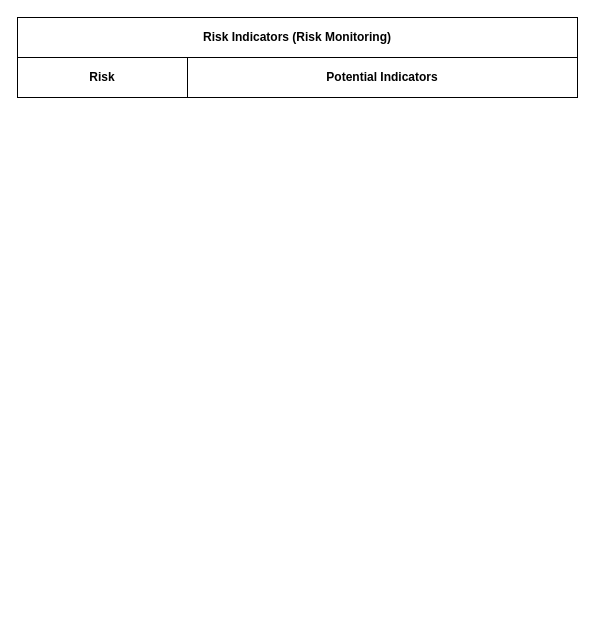
Before: risk_diagrams/indicators_of_risk(risk_monitoring).drawio in Lowkey-Awesome-Developers/Documentation, a draw.io diagram. Source tidied: cells renumbered, new cells numbered last; positions are measured from the earlier drawing's top-left corner, leaving out a move shared by most shapes. Both pictures are drawn from the tidied source at 100%, with x=0, y=0 at pixel (17, 17).
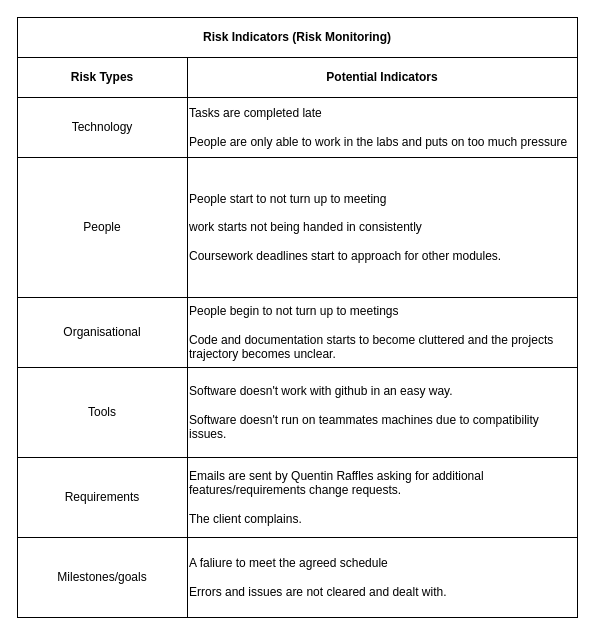
The same diagram, later.

Commit message:
Add risk monitoring table The risk diagrams have been completed. They might need an overlook by other team mates to see if they have any additional suggestions.

Diff of the diagram source:
```diff
@@
 <mxGraphModel>
   <root>
     <mxCell id="0" />
     <mxCell id="1" parent="0" />
     <mxCell id="2" value="&lt;b&gt;Risk Indicators (Risk Monitoring)&lt;/b&gt;" style="rounded=0;whiteSpace=wrap;html=1;" parent="1" vertex="1">
       <mxGeometry width="560" height="40" as="geometry" />
     </mxCell>
-    <mxCell id="3" value="&lt;b&gt;Risk&lt;/b&gt;" style="rounded=0;whiteSpace=wrap;html=1;" parent="1" vertex="1">
+    <mxCell id="3" value="&lt;b&gt;Risk Types&lt;/b&gt;" style="rounded=0;whiteSpace=wrap;html=1;" parent="1" vertex="1">
       <mxGeometry y="40" width="170" height="40" as="geometry" />
     </mxCell>
     <mxCell id="4" value="&lt;b&gt;Potential Indicators&lt;/b&gt;" style="rounded=0;whiteSpace=wrap;html=1;align=center;" parent="1" vertex="1">
       <mxGeometry x="170" y="40" width="390" height="40" as="geometry" />
     </mxCell>
+    <mxCell id="5" value="Technology" style="rounded=0;whiteSpace=wrap;html=1;" parent="1" vertex="1">
+      <mxGeometry y="80" width="170" height="60" as="geometry" />
+    </mxCell>
+    <mxCell id="6" value="People" style="rounded=0;whiteSpace=wrap;html=1;" parent="1" vertex="1">
+      <mxGeometry y="140" width="170" height="140" as="geometry" />
+    </mxCell>
+    <mxCell id="7" value="Organisational" style="rounded=0;whiteSpace=wrap;html=1;" parent="1" vertex="1">
+      <mxGeometry y="280" width="170" height="70" as="geometry" />
+    </mxCell>
+    <mxCell id="8" value="Tools" style="rounded=0;whiteSpace=wrap;html=1;" parent="1" vertex="1">
+      <mxGeometry y="350" width="170" height="90" as="geometry" />
+    </mxCell>
+    <mxCell id="9" value="Requirements" style="rounded=0;whiteSpace=wrap;html=1;" parent="1" vertex="1">
+      <mxGeometry y="440" width="170" height="80" as="geometry" />
+    </mxCell>
+    <mxCell id="10" value="Milestones/goals" style="rounded=0;whiteSpace=wrap;html=1;" parent="1" vertex="1">
+      <mxGeometry y="520" width="170" height="80" as="geometry" />
+    </mxCell>
+    <mxCell id="11" value="Tasks are completed late&lt;br&gt;&lt;br&gt;People are only able to work in the labs and puts on too much pressure" style="rounded=0;whiteSpace=wrap;html=1;align=left;" parent="1" vertex="1">
+      <mxGeometry x="170" y="80" width="390" height="60" as="geometry" />
+    </mxCell>
+    <mxCell id="12" value="People start to not turn up to meeting&lt;br&gt;&lt;br&gt;work starts not being handed in consistently&lt;br&gt;&lt;br&gt;Coursework deadlines start to approach for other modules." style="rounded=0;whiteSpace=wrap;html=1;align=left;" parent="1" vertex="1">
+      <mxGeometry x="170" y="140" width="390" height="140" as="geometry" />
+    </mxCell>
+    <mxCell id="13" value="People begin to not turn up to meetings&lt;br&gt;&lt;br&gt;Code and documentation starts to become cluttered and the projects trajectory becomes unclear." style="rounded=0;whiteSpace=wrap;html=1;align=left;" parent="1" vertex="1">
+      <mxGeometry x="170" y="280" width="390" height="70" as="geometry" />
+    </mxCell>
+    <mxCell id="14" value="Software doesn't work with github in an easy way.&lt;br&gt;&lt;br&gt;Software doesn't run on teammates machines due to compatibility issues." style="rounded=0;whiteSpace=wrap;html=1;align=left;" parent="1" vertex="1">
+      <mxGeometry x="170" y="350" width="390" height="90" as="geometry" />
+    </mxCell>
+    <mxCell id="15" value="Emails are sent by Quentin Raffles asking for additional features/requirements change requests.&lt;br&gt;&lt;br&gt;The client complains." style="rounded=0;whiteSpace=wrap;html=1;align=left;" parent="1" vertex="1">
+      <mxGeometry x="170" y="440" width="390" height="80" as="geometry" />
+    </mxCell>
+    <mxCell id="16" value="A faliure to meet the agreed schedule&lt;br&gt;&lt;br&gt;Errors and issues are not cleared and dealt with." style="rounded=0;whiteSpace=wrap;html=1;align=left;" parent="1" vertex="1">
+      <mxGeometry x="170" y="520" width="390" height="80" as="geometry" />
+    </mxCell>
   </root>
 </mxGraphModel>
```
